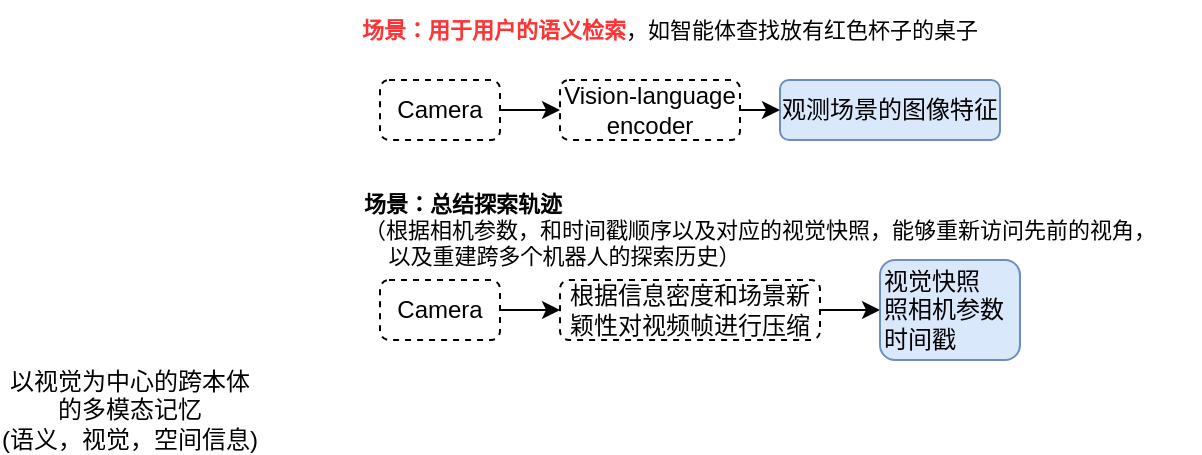
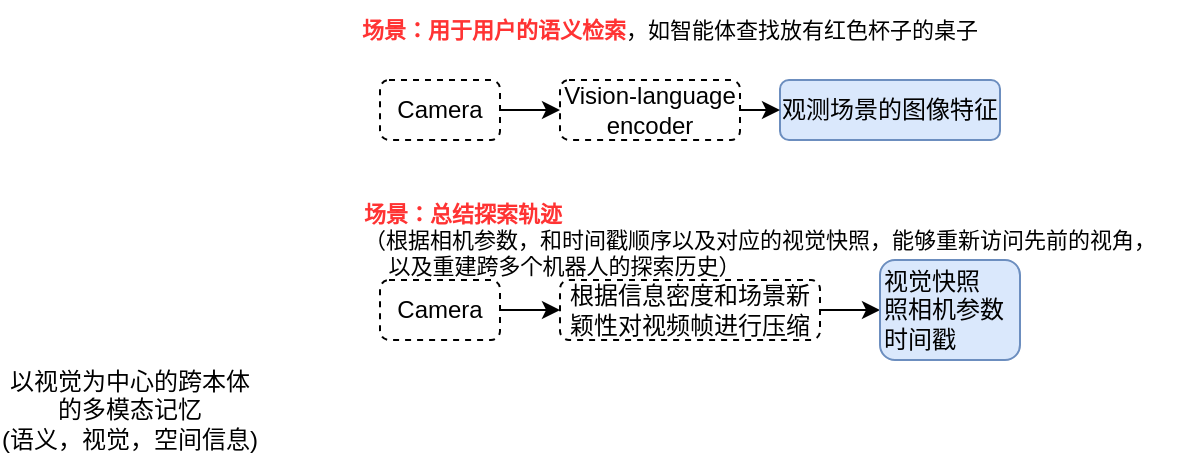
<mxfile host="app.diagrams.net">
  <diagram name="第 1 页" id="ri1UiOSOw__C7K71Jf-3">
    <mxGraphModel dx="884" dy="479" grid="1" gridSize="10" guides="1" tooltips="1" connect="1" arrows="1" fold="1" page="1" pageScale="1" pageWidth="3300" pageHeight="2339" math="0" shadow="0">
      <root>
        <mxCell id="0" />
        <mxCell id="1" parent="0" />
        <mxCell id="8uAygAgR7DF40HWwl34I-1" parent="1" style="text;html=1;whiteSpace=wrap;strokeColor=none;fillColor=none;align=center;verticalAlign=middle;rounded=0;" value="以视觉为中心的跨本体的多模态记忆&lt;br&gt;(语义，视觉，空间信息)" vertex="1">
          <mxGeometry height="30" width="130" x="20" y="260" as="geometry" />
        </mxCell>
        <mxCell id="8uAygAgR7DF40HWwl34I-2" parent="1" style="rounded=1;whiteSpace=wrap;html=1;fillColor=#dae8fc;strokeColor=#6c8ebf;" value="观测场景的图像特征" vertex="1">
          <mxGeometry height="30" width="110" x="410" y="110" as="geometry" />
        </mxCell>
        <mxCell id="8uAygAgR7DF40HWwl34I-5" edge="1" parent="1" source="8uAygAgR7DF40HWwl34I-3" style="edgeStyle=orthogonalEdgeStyle;rounded=0;orthogonalLoop=1;jettySize=auto;html=1;exitX=1;exitY=0.5;exitDx=0;exitDy=0;entryX=0;entryY=0.5;entryDx=0;entryDy=0;" target="8uAygAgR7DF40HWwl34I-2">
          <mxGeometry relative="1" as="geometry" />
        </mxCell>
        <mxCell id="8uAygAgR7DF40HWwl34I-3" parent="1" style="rounded=1;whiteSpace=wrap;html=1;dashed=1;" value="Vision-language encoder" vertex="1">
          <mxGeometry height="30" width="90" x="300" y="110" as="geometry" />
        </mxCell>
        <mxCell id="8uAygAgR7DF40HWwl34I-6" edge="1" parent="1" source="8uAygAgR7DF40HWwl34I-4" style="edgeStyle=orthogonalEdgeStyle;rounded=0;orthogonalLoop=1;jettySize=auto;html=1;exitX=1;exitY=0.5;exitDx=0;exitDy=0;entryX=0;entryY=0.5;entryDx=0;entryDy=0;" target="8uAygAgR7DF40HWwl34I-3">
          <mxGeometry relative="1" as="geometry" />
        </mxCell>
        <mxCell id="8uAygAgR7DF40HWwl34I-4" parent="1" style="rounded=1;whiteSpace=wrap;html=1;dashed=1;" value="Camera" vertex="1">
          <mxGeometry height="30" width="60" x="210" y="110" as="geometry" />
        </mxCell>
        <mxCell id="8uAygAgR7DF40HWwl34I-7" parent="1" style="text;html=1;whiteSpace=wrap;strokeColor=none;fillColor=none;align=center;verticalAlign=middle;rounded=0;fontSize=11;" value="&lt;b&gt;&lt;font style=&quot;color: rgb(255, 51, 51);&quot;&gt;场景：用于用户的语义检索&lt;/font&gt;&lt;/b&gt;，如智能体查找放有红色杯子的桌子" vertex="1">
          <mxGeometry height="30" width="310" x="200" y="70" as="geometry" />
        </mxCell>
        <mxCell id="8uAygAgR7DF40HWwl34I-10" edge="1" parent="1" source="8uAygAgR7DF40HWwl34I-8" style="edgeStyle=orthogonalEdgeStyle;rounded=0;orthogonalLoop=1;jettySize=auto;html=1;" target="8uAygAgR7DF40HWwl34I-9" value="">
          <mxGeometry relative="1" as="geometry" />
        </mxCell>
        <mxCell id="8uAygAgR7DF40HWwl34I-8" parent="1" style="rounded=1;whiteSpace=wrap;html=1;dashed=1;" value="Camera" vertex="1">
          <mxGeometry height="30" width="60" x="210" y="210" as="geometry" />
        </mxCell>
        <mxCell id="8uAygAgR7DF40HWwl34I-14" edge="1" parent="1" source="8uAygAgR7DF40HWwl34I-9" style="edgeStyle=orthogonalEdgeStyle;rounded=0;orthogonalLoop=1;jettySize=auto;html=1;exitX=1;exitY=0.5;exitDx=0;exitDy=0;entryX=0;entryY=0.5;entryDx=0;entryDy=0;" target="8uAygAgR7DF40HWwl34I-13">
          <mxGeometry relative="1" as="geometry" />
        </mxCell>
        <mxCell id="8uAygAgR7DF40HWwl34I-9" parent="1" style="rounded=1;whiteSpace=wrap;html=1;dashed=1;" value="根据信息密度和场景新颖性对视频帧进行压缩" vertex="1">
          <mxGeometry height="30" width="130" x="300" y="210" as="geometry" />
        </mxCell>
-         <mxCell id="8uAygAgR7DF40HWwl34I-11" parent="1" style="text;html=1;whiteSpace=wrap;strokeColor=none;fillColor=none;align=left;verticalAlign=middle;rounded=0;fontSize=11;" value="&lt;b&gt;场景：总结探索轨迹&lt;/b&gt;&lt;br&gt;（根据相机参数，和时间戳顺序以及对应的视觉快照，能够重新访问先前的视角，&lt;br&gt;&amp;nbsp; &amp;nbsp; 以及重建跨多个机器人的探索历史）" vertex="1">
-           <mxGeometry height="30" width="420" x="200" y="170" as="geometry" />
+         <mxCell id="8uAygAgR7DF40HWwl34I-11" parent="1" style="text;html=1;whiteSpace=wrap;strokeColor=none;fillColor=none;align=left;verticalAlign=middle;rounded=0;fontSize=11;" value="&lt;b&gt;&lt;font style=&quot;color: rgb(255, 51, 51);&quot;&gt;场景：总结探索轨迹&lt;/font&gt;&lt;/b&gt;&lt;br&gt;（根据相机参数，和时间戳顺序以及对应的视觉快照，能够重新访问先前的视角，&lt;br&gt;&amp;nbsp; &amp;nbsp; 以及重建跨多个机器人的探索历史）" vertex="1">
+           <mxGeometry height="40" width="420" x="200" y="170" as="geometry" />
        </mxCell>
        <mxCell id="8uAygAgR7DF40HWwl34I-13" parent="1" style="rounded=1;whiteSpace=wrap;html=1;fillColor=#dae8fc;strokeColor=#6c8ebf;align=left;" value="视觉快照&lt;br&gt;&lt;span style=&quot;&quot;&gt;照相机参数&lt;/span&gt;&lt;div style=&quot;&quot;&gt;时间戳&lt;/div&gt;" vertex="1">
          <mxGeometry height="50" width="70" x="460" y="200" as="geometry" />
        </mxCell>
      </root>
    </mxGraphModel>
  </diagram>
</mxfile>
